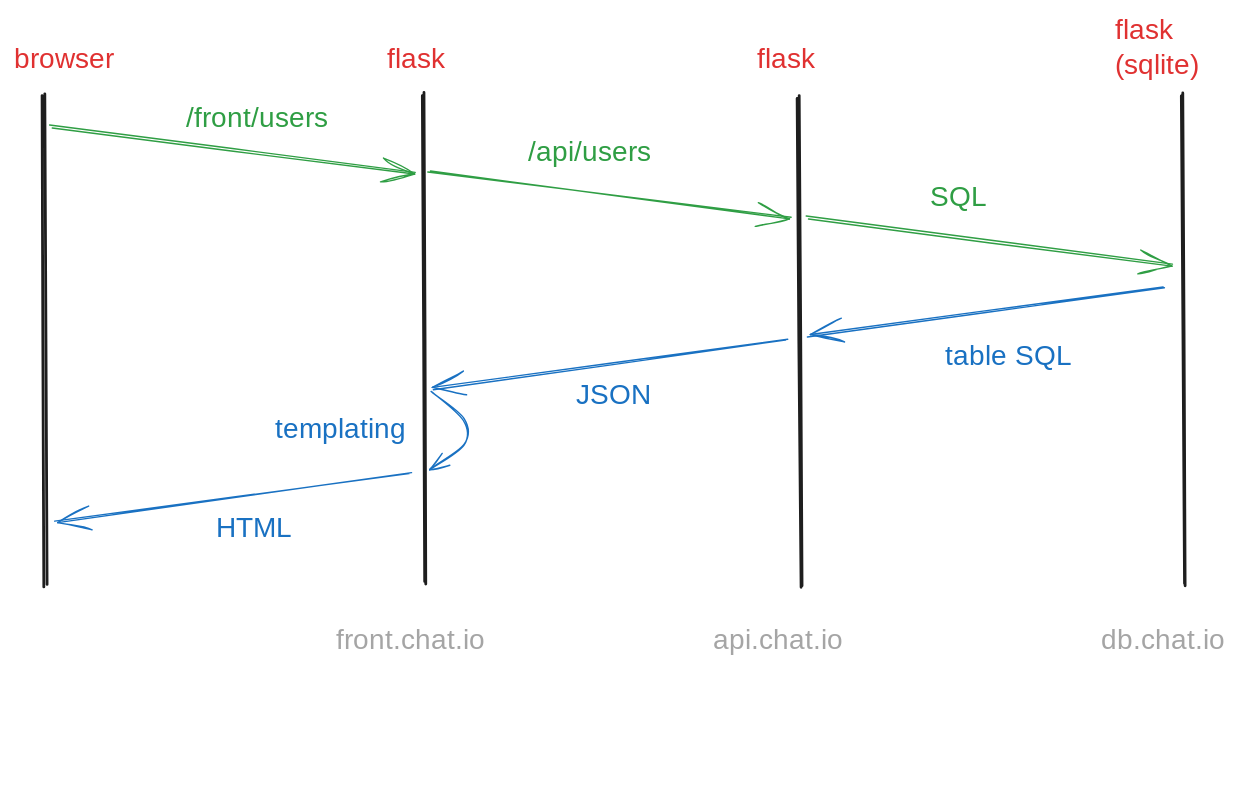
Before: public/front-users.excalidraw.svg, a diagram exported from Excalidraw (ue22-p25/backend-flask-chatapp). Source tidied: one line per element, renumbered; positions are measured from the earlier drawing's top-left corner, leaving out a move shared by most shapes. The source it was exported from:
```json
{"id": 0, "type": "line", "strokeColor": "#1e1e1e", "strokeWidth": 2, "roughness": 1, "round": true, "x": 21, "y": 59, "width": 1, "height": 350, "points": [[0, 0], [1, 350]]}
{"id": 1, "type": "line", "strokeColor": "#1e1e1e", "strokeWidth": 2, "roughness": 1, "round": true, "x": 292, "y": 57, "width": 1, "height": 350, "points": [[0, 0], [1, 350]]}
{"id": 2, "type": "arrow", "strokeColor": "#2f9e44", "strokeWidth": 1, "roughness": 1, "endArrowhead": "arrow", "round": true, "x": 26, "y": 80, "width": 259, "height": 34, "points": [[0, 0], [259, 34]]}
{"id": 3, "type": "text", "text": "/front/users", "strokeColor": "#2f9e44", "strokeWidth": 1, "roughness": 1, "fontSize": 20, "fontFamily": 5, "x": 123, "y": 63, "width": 126, "height": 25}
{"id": 4, "type": "line", "strokeColor": "#1e1e1e", "strokeWidth": 2, "roughness": 1, "round": true, "x": 561, "y": 59, "width": 1, "height": 350, "points": [[0, 0], [1, 350]]}
{"id": 5, "type": "arrow", "strokeColor": "#2f9e44", "strokeWidth": 1, "roughness": 1, "endArrowhead": "arrow", "round": true, "x": 296, "y": 112, "width": 259, "height": 34, "points": [[0, 0], [259, 34]]}
{"id": 6, "type": "text", "text": "/api/users", "strokeColor": "#2f9e44", "strokeWidth": 1, "roughness": 1, "fontSize": 20, "fontFamily": 5, "x": 367, "y": 88, "width": 100, "height": 25}
{"id": 7, "type": "text", "text": "browser", "strokeColor": "#e03131", "strokeWidth": 1, "roughness": 1, "fontSize": 20, "fontFamily": 5, "x": 0, "y": 21, "width": 75, "height": 25}
{"id": 8, "type": "text", "text": "flask", "strokeColor": "#e03131", "strokeWidth": 1, "roughness": 1, "fontSize": 20, "fontFamily": 5, "x": 266, "y": 21, "width": 47, "height": 25}
{"id": 9, "type": "text", "text": "flask", "strokeColor": "#e03131", "strokeWidth": 1, "roughness": 1, "fontSize": 20, "fontFamily": 5, "x": 531, "y": 21, "width": 47, "height": 25}
{"id": 10, "type": "line", "strokeColor": "#1e1e1e", "strokeWidth": 2, "roughness": 1, "round": true, "x": 834, "y": 58, "width": 1, "height": 350, "points": [[0, 0], [1, 350]]}
{"id": 11, "type": "text", "text": "flask\n(sqlite)", "strokeColor": "#e03131", "strokeWidth": 1, "roughness": 1, "fontSize": 20, "fontFamily": 5, "x": 787, "y": 0, "width": 70, "height": 50}
{"id": 12, "type": "text", "text": "SQL", "strokeColor": "#2f9e44", "strokeWidth": 1, "roughness": 1, "fontSize": 20, "fontFamily": 5, "x": 654, "y": 119, "width": 39, "height": 25}
{"id": 13, "type": "arrow", "strokeColor": "#2f9e44", "strokeWidth": 1, "roughness": 1, "endArrowhead": "arrow", "round": true, "x": 567, "y": 145, "width": 259, "height": 34, "points": [[0, 0], [259, 34]]}
{"id": 14, "type": "arrow", "strokeColor": "#1971c2", "strokeWidth": 1, "roughness": 1, "endArrowhead": "arrow", "round": true, "x": 821, "y": 195, "width": 253, "height": 36, "points": [[0, 0], [-253, 36]]}
{"id": 15, "type": "text", "text": "table SQL", "strokeColor": "#1971c2", "strokeWidth": 1, "roughness": 1, "fontSize": 20, "fontFamily": 5, "x": 665, "y": 233, "width": 96, "height": 25}
{"id": 16, "type": "arrow", "strokeColor": "#1971c2", "strokeWidth": 1, "roughness": 1, "endArrowhead": "arrow", "round": true, "x": 552, "y": 232, "width": 253, "height": 36, "points": [[0, 0], [-253, 36]]}
{"id": 17, "type": "text", "text": "JSON", "strokeColor": "#1971c2", "strokeWidth": 1, "roughness": 1, "fontSize": 20, "fontFamily": 5, "x": 401, "y": 261, "width": 51, "height": 25}
{"id": 18, "type": "arrow", "strokeColor": "#1971c2", "strokeWidth": 1, "roughness": 1, "endArrowhead": "arrow", "round": true, "x": 299, "y": 271, "width": 23, "height": 55, "points": [[0, 0], [22, 19], [22, 36], [-1, 55]]}
{"id": 19, "type": "text", "text": "templating", "strokeColor": "#1971c2", "strokeWidth": 1, "roughness": 1, "fontSize": 20, "fontFamily": 5, "x": 186, "y": 285, "width": 99, "height": 25}
{"id": 20, "type": "arrow", "strokeColor": "#1971c2", "strokeWidth": 1, "roughness": 1, "endArrowhead": "arrow", "round": true, "x": 283, "y": 328, "width": 253, "height": 36, "points": [[0, 0], [-253, 36]]}
{"id": 21, "type": "text", "text": "HTML", "strokeColor": "#1971c2", "strokeWidth": 1, "roughness": 1, "fontSize": 20, "fontFamily": 5, "x": 145, "y": 356, "width": 54, "height": 25}
{"id": 22, "type": "text", "text": "front.chat.io", "strokeColor": "#1e1e1e", "strokeWidth": 2, "roughness": 1, "opacity": 40, "fontSize": 20, "fontFamily": 5, "x": 230, "y": 436, "width": 124, "height": 25}
{"id": 23, "type": "text", "text": "api.chat.io", "strokeColor": "#1e1e1e", "strokeWidth": 2, "roughness": 1, "opacity": 40, "fontSize": 20, "fontFamily": 5, "x": 499, "y": 436, "width": 99, "height": 25}
{"id": 24, "type": "text", "text": "db.chat.io", "strokeColor": "#1e1e1e", "strokeWidth": 2, "roughness": 1, "opacity": 40, "fontSize": 20, "fontFamily": 5, "x": 776, "y": 436, "width": 95, "height": 25}
```
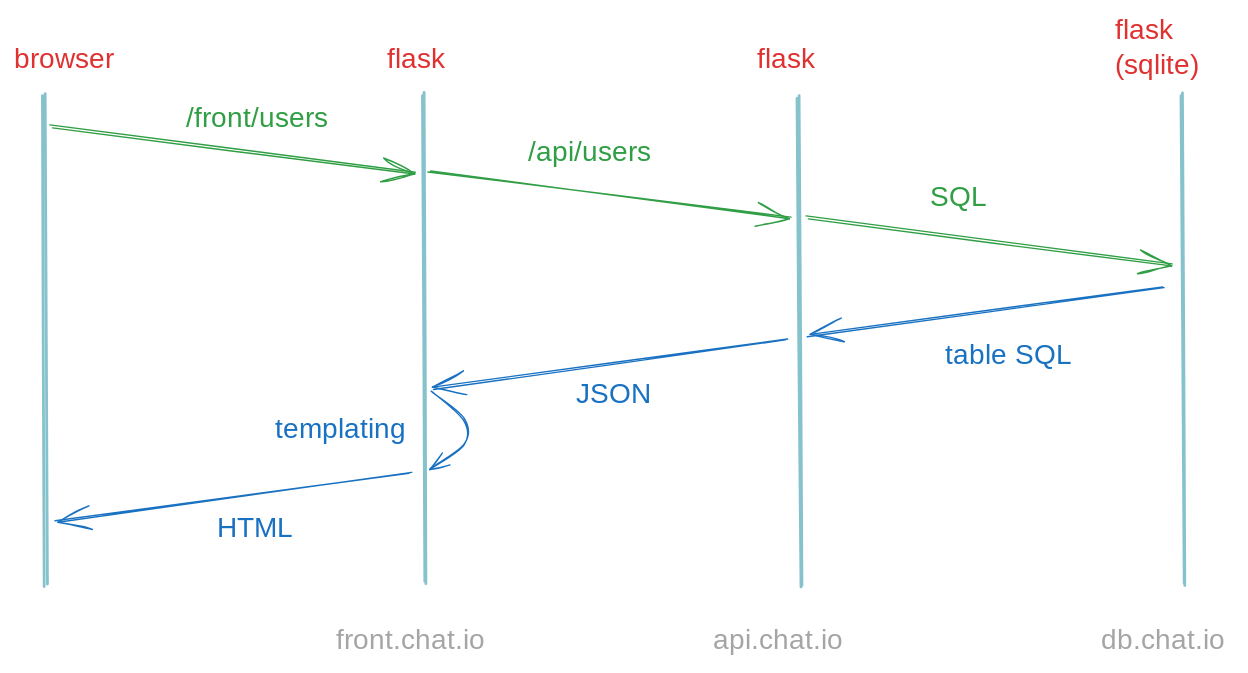
After the commit.

Diff of the diagram source:
```diff
@@ -1,14 +1,14 @@
-{"id": 0, "type": "line", "strokeColor": "#1e1e1e", "strokeWidth": 2, "roughness": 1, "round": true, "x": 21, "y": 59, "width": 1, "height": 350, "points": [[0, 0], [1, 350]]}
+{"id": 0, "type": "line", "strokeColor": "#0c8599", "strokeWidth": 2, "roughness": 1, "opacity": 50, "round": true, "x": 21, "y": 59, "width": 1, "height": 350, "points": [[0, 0], [1, 350]]}
-{"id": 1, "type": "line", "strokeColor": "#1e1e1e", "strokeWidth": 2, "roughness": 1, "round": true, "x": 292, "y": 57, "width": 1, "height": 350, "points": [[0, 0], [1, 350]]}
+{"id": 1, "type": "line", "strokeColor": "#0c8599", "strokeWidth": 2, "roughness": 1, "opacity": 50, "round": true, "x": 292, "y": 57, "width": 1, "height": 350, "points": [[0, 0], [1, 350]]}
 {"id": 2, "type": "arrow", "strokeColor": "#2f9e44", "strokeWidth": 1, "roughness": 1, "endArrowhead": "arrow", "round": true, "x": 26, "y": 80, "width": 259, "height": 34, "points": [[0, 0], [259, 34]]}
 {"id": 3, "type": "text", "text": "/front/users", "strokeColor": "#2f9e44", "strokeWidth": 1, "roughness": 1, "fontSize": 20, "fontFamily": 5, "x": 123, "y": 63, "width": 126, "height": 25}
-{"id": 4, "type": "line", "strokeColor": "#1e1e1e", "strokeWidth": 2, "roughness": 1, "round": true, "x": 561, "y": 59, "width": 1, "height": 350, "points": [[0, 0], [1, 350]]}
+{"id": 4, "type": "line", "strokeColor": "#0c8599", "strokeWidth": 2, "roughness": 1, "opacity": 50, "round": true, "x": 561, "y": 59, "width": 1, "height": 350, "points": [[0, 0], [1, 350]]}
 {"id": 5, "type": "arrow", "strokeColor": "#2f9e44", "strokeWidth": 1, "roughness": 1, "endArrowhead": "arrow", "round": true, "x": 296, "y": 112, "width": 259, "height": 34, "points": [[0, 0], [259, 34]]}
 {"id": 6, "type": "text", "text": "/api/users", "strokeColor": "#2f9e44", "strokeWidth": 1, "roughness": 1, "fontSize": 20, "fontFamily": 5, "x": 367, "y": 88, "width": 100, "height": 25}
 {"id": 7, "type": "text", "text": "browser", "strokeColor": "#e03131", "strokeWidth": 1, "roughness": 1, "fontSize": 20, "fontFamily": 5, "x": 0, "y": 21, "width": 75, "height": 25}
 {"id": 8, "type": "text", "text": "flask", "strokeColor": "#e03131", "strokeWidth": 1, "roughness": 1, "fontSize": 20, "fontFamily": 5, "x": 266, "y": 21, "width": 47, "height": 25}
 {"id": 9, "type": "text", "text": "flask", "strokeColor": "#e03131", "strokeWidth": 1, "roughness": 1, "fontSize": 20, "fontFamily": 5, "x": 531, "y": 21, "width": 47, "height": 25}
-{"id": 10, "type": "line", "strokeColor": "#1e1e1e", "strokeWidth": 2, "roughness": 1, "round": true, "x": 834, "y": 58, "width": 1, "height": 350, "points": [[0, 0], [1, 350]]}
+{"id": 10, "type": "line", "strokeColor": "#0c8599", "strokeWidth": 2, "roughness": 1, "opacity": 50, "round": true, "x": 834, "y": 58, "width": 1, "height": 350, "points": [[0, 0], [1, 350]]}
 {"id": 11, "type": "text", "text": "flask\n(sqlite)", "strokeColor": "#e03131", "strokeWidth": 1, "roughness": 1, "fontSize": 20, "fontFamily": 5, "x": 787, "y": 0, "width": 70, "height": 50}
 {"id": 12, "type": "text", "text": "SQL", "strokeColor": "#2f9e44", "strokeWidth": 1, "roughness": 1, "fontSize": 20, "fontFamily": 5, "x": 654, "y": 119, "width": 39, "height": 25}
 {"id": 13, "type": "arrow", "strokeColor": "#2f9e44", "strokeWidth": 1, "roughness": 1, "endArrowhead": "arrow", "round": true, "x": 567, "y": 145, "width": 259, "height": 34, "points": [[0, 0], [259, 34]]}
```
